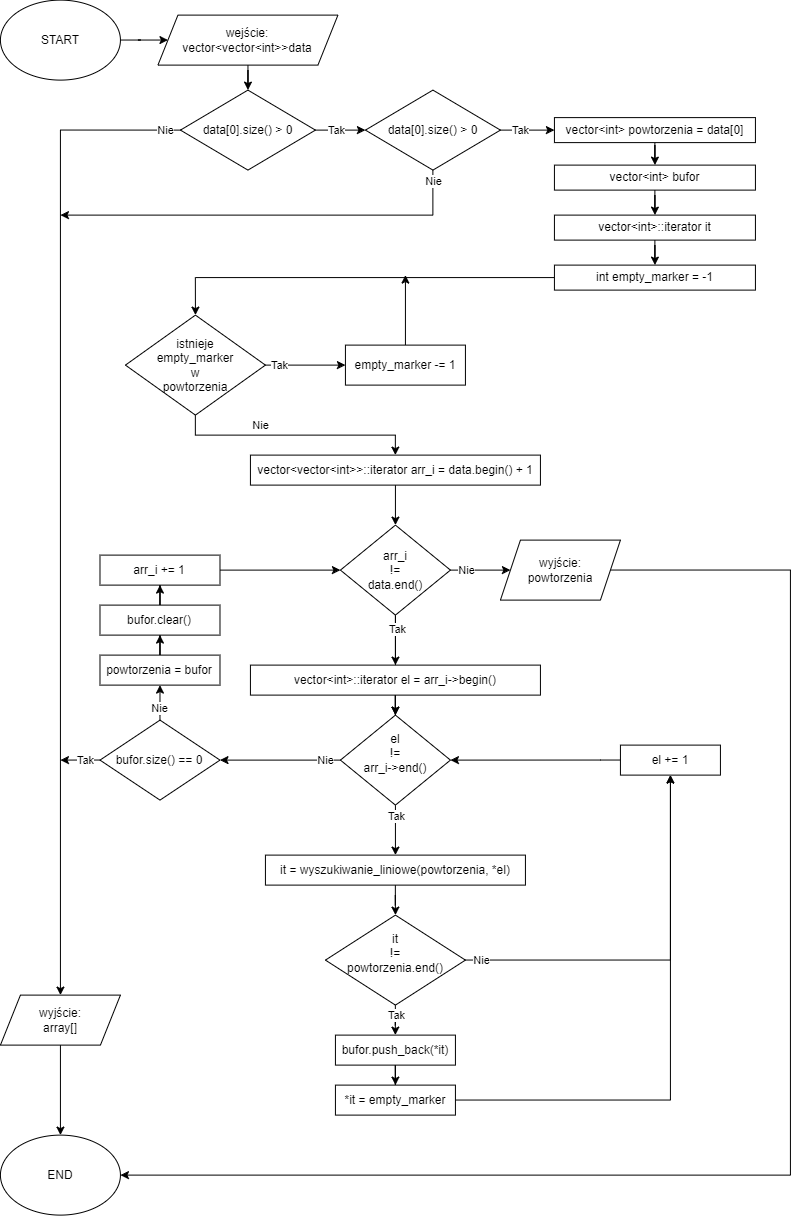
Earlier version of the draw.io export flowcharts/schemat 1.png (ReijiY/AiSD-Pro1). Source tidied: cells renumbered, new cells last; positions are measured from the earlier drawing's top-left corner, leaving out a move shared by most shapes.
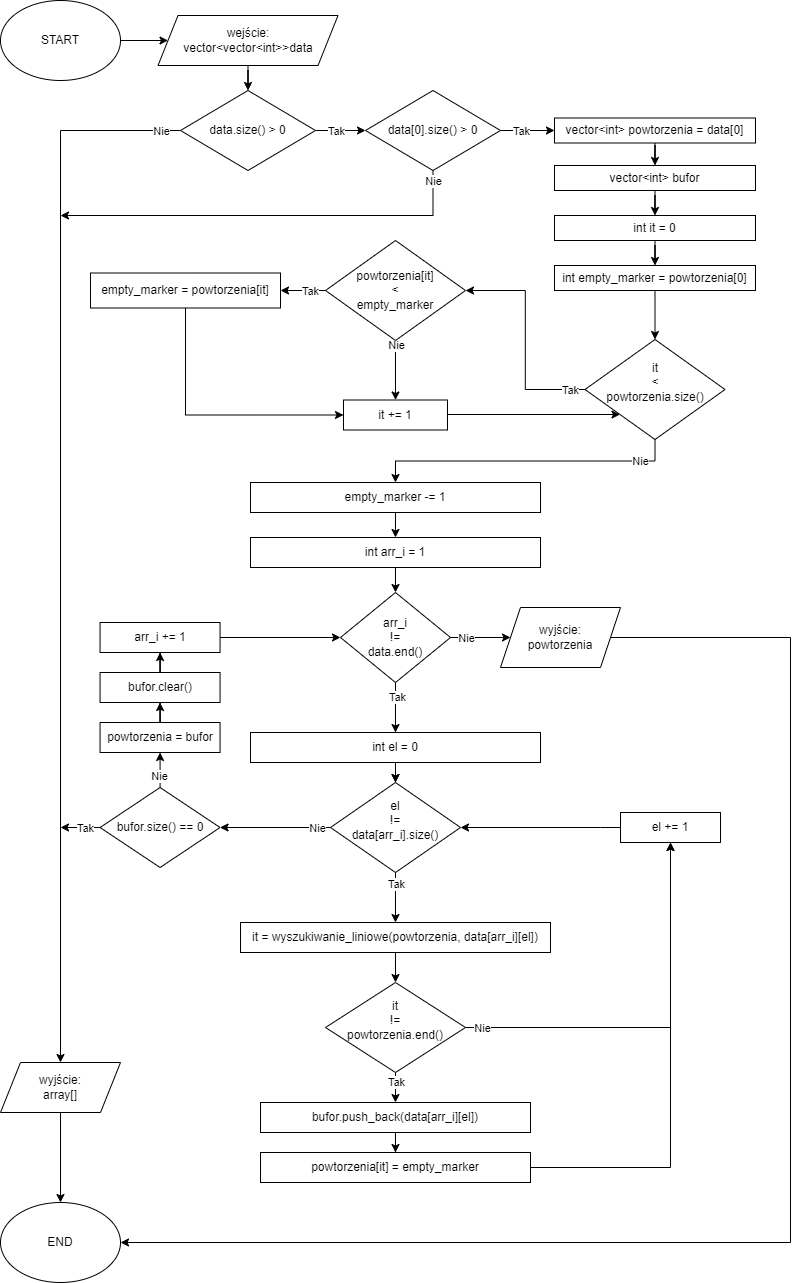
The same file after the commit.

Diff of the diagram source:
```diff
@@ -9,7 +9,7 @@
       <mxGeometry width="120" height="80" as="geometry" />
     </mxCell>
     <mxCell id="4" value="END" style="ellipse;whiteSpace=wrap;html=1;" parent="1" vertex="1">
-      <mxGeometry y="1135" width="120" height="80" as="geometry" />
+      <mxGeometry y="1202" width="120" height="80" as="geometry" />
     </mxCell>
     <mxCell id="5" style="edgeStyle=orthogonalEdgeStyle;rounded=0;jettySize=auto;html=1;entryX=0.5;entryY=0;entryDx=0;entryDy=0;" parent="1" edge="1" source="6" target="74">
       <mxGeometry relative="1" as="geometry" />
@@ -37,40 +37,47 @@
       <mxGeometry relative="1" as="geometry" />
     </mxCell>
     <mxCell id="12" value="wyjście:&lt;br&gt;array[]" style="shape=parallelogram;perimeter=parallelogramPerimeter;whiteSpace=wrap;html=1;fixedSize=1;" parent="1" vertex="1">
-      <mxGeometry y="995" width="120" height="50" as="geometry" />
+      <mxGeometry y="1062" width="120" height="50" as="geometry" />
     </mxCell>
-    <mxCell id="13" style="edgeStyle=orthogonalEdgeStyle;rounded=0;jettySize=auto;html=1;entryX=0;entryY=0.5;entryDx=0;entryDy=0;" parent="1" edge="1" source="17" target="19">
+    <mxCell id="13" style="edgeStyle=orthogonalEdgeStyle;rounded=0;jettySize=auto;html=1;exitX=0;exitY=0.5;exitDx=0;exitDy=0;entryX=1;entryY=0.5;entryDx=0;entryDy=0;" parent="1" edge="1" source="17" target="19">
       <mxGeometry relative="1" as="geometry" />
     </mxCell>
-    <mxCell id="14" value="Tak" style="edgeLabel;html=1;align=center;verticalAlign=middle;" parent="13" vertex="1">
-      <mxGeometry x="-0.47" y="2" relative="1" as="geometry">
-        <mxPoint x="-8" y="2" as="offset" />
-      </mxGeometry>
-    </mxCell>
-    <mxCell id="15" style="edgeStyle=orthogonalEdgeStyle;rounded=0;jettySize=auto;html=1;" parent="1" edge="1" source="17" target="21">
-      <mxGeometry relative="1" as="geometry" />
-    </mxCell>
-    <mxCell id="16" value="Nie" style="edgeLabel;html=1;align=center;verticalAlign=middle;" parent="15" vertex="1">
-      <mxGeometry x="-0.47" relative="1" as="geometry">
-        <mxPoint x="21" y="-10" as="offset" />
-      </mxGeometry>
-    </mxCell>
+    <mxCell id="75" value="Tak" style="edgeLabel;html=1;align=center;verticalAlign=middle;" parent="13" vertex="1">
+      <mxGeometry x="-0.74" y="-1" relative="1" as="geometry">
+        <mxPoint x="-10" y="1" as="offset" />
+      </mxGeometry>
+    </mxCell>
+    <mxCell id="76" style="edgeStyle=orthogonalEdgeStyle;rounded=0;jettySize=auto;html=1;exitX=0.5;exitY=1;exitDx=0;exitDy=0;entryX=0.5;entryY=0;entryDx=0;entryDy=0;" parent="1" edge="1" source="17" target="88">
+      <mxGeometry relative="1" as="geometry">
+        <Array as="points">
+          <mxPoint x="395" y="395" />
+          <mxPoint x="395" y="395" />
+        </Array>
+      </mxGeometry>
+    </mxCell>
+    <mxCell id="77" value="Nie" style="edgeLabel;html=1;align=center;verticalAlign=middle;" parent="76" vertex="1">
+      <mxGeometry x="-0.44" relative="1" as="geometry">
+        <mxPoint y="-13" as="offset" />
+      </mxGeometry>
+    </mxCell>
-    <mxCell id="17" value="istnieje&lt;br&gt;empty_marker&lt;br&gt;w&lt;br&gt;powtorzenia" style="rhombus;whiteSpace=wrap;html=1;" parent="1" vertex="1">
-      <mxGeometry x="125" y="315" width="140" height="100" as="geometry" />
+    <mxCell id="17" value="powtorzenia[it]&lt;br&gt;&amp;lt;&lt;br&gt;empty_marker" style="rhombus;whiteSpace=wrap;html=1;" parent="1" vertex="1">
+      <mxGeometry x="325" y="240" width="140" height="100" as="geometry" />
     </mxCell>
-    <mxCell id="18" style="edgeStyle=orthogonalEdgeStyle;rounded=0;jettySize=auto;html=1;" parent="1" edge="1" source="19">
-      <mxGeometry relative="1" as="geometry">
-        <mxPoint x="405" y="275" as="targetPoint" />
-      </mxGeometry>
-    </mxCell>
+    <mxCell id="78" style="edgeStyle=orthogonalEdgeStyle;rounded=0;jettySize=auto;html=1;entryX=0;entryY=0.5;entryDx=0;entryDy=0;" parent="1" edge="1" source="19" target="88">
+      <mxGeometry relative="1" as="geometry">
+        <Array as="points">
+          <mxPoint x="185" y="414" />
+        </Array>
+      </mxGeometry>
+    </mxCell>
-    <mxCell id="19" value="empty_marker -= 1" style="rounded=0;whiteSpace=wrap;html=1;" parent="1" vertex="1">
-      <mxGeometry x="345" y="345" width="120" height="40" as="geometry" />
+    <mxCell id="19" value="empty_marker = powtorzenia[it]" style="rounded=0;whiteSpace=wrap;html=1;" parent="1" vertex="1">
+      <mxGeometry x="90" y="272.5" width="190" height="35" as="geometry" />
     </mxCell>
     <mxCell id="20" style="edgeStyle=orthogonalEdgeStyle;rounded=0;jettySize=auto;html=1;" parent="1" edge="1" source="21" target="27">
       <mxGeometry relative="1" as="geometry" />
     </mxCell>
-    <mxCell id="21" value="vector&amp;lt;vector&amp;lt;int&amp;gt;&amp;gt;::iterator arr_i = data.begin() + 1" style="rounded=0;whiteSpace=wrap;html=1;" parent="1" vertex="1">
-      <mxGeometry x="250" y="455" width="290" height="30" as="geometry" />
+    <mxCell id="21" value="int arr_i = 1" style="rounded=0;whiteSpace=wrap;html=1;" parent="1" vertex="1">
+      <mxGeometry x="250" y="537" width="290" height="30" as="geometry" />
     </mxCell>
     <mxCell id="22" style="edgeStyle=orthogonalEdgeStyle;rounded=0;jettySize=auto;html=1;" parent="1" edge="1" source="27" target="31">
       <mxGeometry relative="1" as="geometry" />
@@ -90,19 +97,19 @@
       </mxGeometry>
     </mxCell>
     <mxCell id="27" value="arr_i&lt;br&gt;!=&lt;br&gt;data.end()" style="rhombus;whiteSpace=wrap;html=1;" parent="1" vertex="1">
-      <mxGeometry x="340" y="525" width="110" height="90" as="geometry" />
+      <mxGeometry x="340" y="592" width="110" height="90" as="geometry" />
     </mxCell>
     <mxCell id="28" style="edgeStyle=orthogonalEdgeStyle;rounded=0;jettySize=auto;html=1;entryX=0;entryY=0.5;entryDx=0;entryDy=0;" parent="1" edge="1" source="29" target="27">
       <mxGeometry relative="1" as="geometry" />
     </mxCell>
     <mxCell id="29" value="arr_i += 1" style="rounded=0;whiteSpace=wrap;html=1;" parent="1" vertex="1">
-      <mxGeometry x="99.6" y="555" width="120" height="30" as="geometry" />
+      <mxGeometry x="99.6" y="622" width="120" height="30" as="geometry" />
     </mxCell>
     <mxCell id="30" style="edgeStyle=orthogonalEdgeStyle;rounded=0;jettySize=auto;html=1;" parent="1" edge="1" source="31" target="36">
       <mxGeometry relative="1" as="geometry" />
     </mxCell>
-    <mxCell id="31" value="&amp;nbsp;vector&amp;lt;int&amp;gt;::iterator el = arr_i-&amp;gt;begin()&amp;nbsp;" style="rounded=0;whiteSpace=wrap;html=1;" parent="1" vertex="1">
-      <mxGeometry x="250" y="665" width="290" height="30" as="geometry" />
+    <mxCell id="31" value="&amp;nbsp;int el = 0&amp;nbsp;" style="rounded=0;whiteSpace=wrap;html=1;" parent="1" vertex="1">
+      <mxGeometry x="250" y="732" width="290" height="30" as="geometry" />
     </mxCell>
     <mxCell id="32" style="edgeStyle=orthogonalEdgeStyle;rounded=0;jettySize=auto;html=1;entryX=0.5;entryY=0;entryDx=0;entryDy=0;" parent="1" edge="1" source="36" target="40">
       <mxGeometry relative="1" as="geometry" />
@@ -120,25 +127,25 @@
         <mxPoint x="-3" y="-4" as="offset" />
       </mxGeometry>
     </mxCell>
-    <mxCell id="36" value="el&lt;br&gt;!=&lt;br&gt;arr_i-&amp;gt;end()&lt;br&gt;&amp;nbsp; &amp;nbsp;" style="rhombus;whiteSpace=wrap;html=1;" parent="1" vertex="1">
-      <mxGeometry x="340" y="715" width="110" height="90" as="geometry" />
+    <mxCell id="36" value="el&lt;br&gt;!=&lt;br&gt;data[arr_i].size()&lt;br&gt;&amp;nbsp; &amp;nbsp;" style="rhombus;whiteSpace=wrap;html=1;" parent="1" vertex="1">
+      <mxGeometry x="330" y="782" width="130" height="90" as="geometry" />
     </mxCell>
     <mxCell id="37" style="edgeStyle=orthogonalEdgeStyle;rounded=0;jettySize=auto;html=1;entryX=1;entryY=0.5;entryDx=0;entryDy=0;" parent="1" edge="1" source="38" target="36">
       <mxGeometry relative="1" as="geometry">
         <Array as="points">
-          <mxPoint x="600" y="760" />
-          <mxPoint x="600" y="760" />
+          <mxPoint x="600" y="827" />
+          <mxPoint x="600" y="827" />
         </Array>
       </mxGeometry>
     </mxCell>
     <mxCell id="38" value="el += 1" style="rounded=0;whiteSpace=wrap;html=1;" parent="1" vertex="1">
-      <mxGeometry x="620" y="745" width="100" height="30" as="geometry" />
+      <mxGeometry x="620" y="812" width="100" height="30" as="geometry" />
     </mxCell>
     <mxCell id="39" style="edgeStyle=orthogonalEdgeStyle;rounded=0;jettySize=auto;html=1;entryX=0.5;entryY=0;entryDx=0;entryDy=0;" parent="1" edge="1" source="40" target="45">
       <mxGeometry relative="1" as="geometry" />
     </mxCell>
-    <mxCell id="40" value="it = wyszukiwanie_liniowe(powtorzenia, *el)" style="rounded=0;whiteSpace=wrap;html=1;" parent="1" vertex="1">
-      <mxGeometry x="265" y="855" width="260" height="30" as="geometry" />
+    <mxCell id="40" value="it = wyszukiwanie_liniowe(powtorzenia, data[arr_i][el])" style="rounded=0;whiteSpace=wrap;html=1;" parent="1" vertex="1">
+      <mxGeometry x="240" y="922" width="310" height="30" as="geometry" />
     </mxCell>
     <mxCell id="41" style="edgeStyle=orthogonalEdgeStyle;rounded=0;jettySize=auto;html=1;entryX=0.5;entryY=1;entryDx=0;entryDy=0;" parent="1" edge="1" source="45" target="38">
       <mxGeometry relative="1" as="geometry" />
@@ -155,25 +162,25 @@
       </mxGeometry>
     </mxCell>
     <mxCell id="45" value="it&lt;br&gt;!=&lt;br&gt;powtorzenia.end()&lt;br&gt;&amp;nbsp; &amp;nbsp;&amp;nbsp;" style="rhombus;whiteSpace=wrap;html=1;" parent="1" vertex="1">
-      <mxGeometry x="325" y="915" width="140" height="90" as="geometry" />
+      <mxGeometry x="325" y="982" width="140" height="90" as="geometry" />
     </mxCell>
     <mxCell id="46" style="edgeStyle=orthogonalEdgeStyle;rounded=0;jettySize=auto;html=1;entryX=0.5;entryY=0;entryDx=0;entryDy=0;" parent="1" edge="1" source="47" target="49">
       <mxGeometry relative="1" as="geometry" />
     </mxCell>
-    <mxCell id="47" value="bufor.push_back(*it)" style="rounded=0;whiteSpace=wrap;html=1;" parent="1" vertex="1">
-      <mxGeometry x="335" y="1035" width="120" height="30" as="geometry" />
+    <mxCell id="47" value="bufor.push_back(data[arr_i][el])" style="rounded=0;whiteSpace=wrap;html=1;" parent="1" vertex="1">
+      <mxGeometry x="260" y="1102" width="270" height="30" as="geometry" />
     </mxCell>
     <mxCell id="48" style="edgeStyle=orthogonalEdgeStyle;rounded=0;jettySize=auto;html=1;entryX=0.5;entryY=1;entryDx=0;entryDy=0;" parent="1" edge="1" source="49" target="38">
       <mxGeometry relative="1" as="geometry" />
     </mxCell>
-    <mxCell id="49" value="*it = empty_marker" style="rounded=0;whiteSpace=wrap;html=1;" parent="1" vertex="1">
-      <mxGeometry x="335" y="1085" width="120" height="30" as="geometry" />
+    <mxCell id="49" value="powtorzenia[it] = empty_marker" style="rounded=0;whiteSpace=wrap;html=1;" parent="1" vertex="1">
+      <mxGeometry x="260" y="1152" width="270" height="30" as="geometry" />
     </mxCell>
     <mxCell id="50" style="edgeStyle=orthogonalEdgeStyle;rounded=0;jettySize=auto;html=1;entryX=0.5;entryY=1;entryDx=0;entryDy=0;exitX=0.5;exitY=0;exitDx=0;exitDy=0;" parent="1" edge="1" source="54" target="56">
       <mxGeometry relative="1" as="geometry">
         <Array as="points">
-          <mxPoint x="159.6" y="715" />
-          <mxPoint x="159.6" y="715" />
+          <mxPoint x="159.6" y="782" />
+          <mxPoint x="159.6" y="782" />
         </Array>
       </mxGeometry>
     </mxCell>
@@ -182,37 +189,37 @@
     </mxCell>
     <mxCell id="52" style="edgeStyle=orthogonalEdgeStyle;rounded=0;jettySize=auto;html=1;" parent="1" edge="1" source="54">
       <mxGeometry relative="1" as="geometry">
-        <mxPoint x="60" y="760" as="targetPoint" />
+        <mxPoint x="60" y="827" as="targetPoint" />
       </mxGeometry>
     </mxCell>
     <mxCell id="53" value="Tak" style="edgeLabel;html=1;align=center;verticalAlign=middle;" parent="52" vertex="1">
       <mxGeometry x="-0.28" relative="1" as="geometry" />
     </mxCell>
     <mxCell id="54" value="bufor.size() == 0" style="rhombus;whiteSpace=wrap;html=1;" parent="1" vertex="1">
-      <mxGeometry x="99.6" y="720" width="120" height="80" as="geometry" />
+      <mxGeometry x="99.6" y="787" width="120" height="80" as="geometry" />
     </mxCell>
     <mxCell id="55" style="edgeStyle=orthogonalEdgeStyle;rounded=0;jettySize=auto;html=1;entryX=0.5;entryY=1;entryDx=0;entryDy=0;" parent="1" edge="1" source="56" target="58">
       <mxGeometry relative="1" as="geometry" />
     </mxCell>
     <mxCell id="56" value="powtorzenia = bufor" style="rounded=0;whiteSpace=wrap;html=1;" parent="1" vertex="1">
-      <mxGeometry x="99.6" y="655" width="120" height="30" as="geometry" />
+      <mxGeometry x="99.6" y="722" width="120" height="30" as="geometry" />
     </mxCell>
     <mxCell id="57" style="edgeStyle=orthogonalEdgeStyle;rounded=0;jettySize=auto;html=1;entryX=0.5;entryY=1;entryDx=0;entryDy=0;" parent="1" edge="1" source="58" target="29">
       <mxGeometry relative="1" as="geometry" />
     </mxCell>
     <mxCell id="58" value="bufor.clear()" style="rounded=0;whiteSpace=wrap;html=1;" parent="1" vertex="1">
-      <mxGeometry x="99.6" y="605" width="120" height="30" as="geometry" />
+      <mxGeometry x="99.6" y="672" width="120" height="30" as="geometry" />
     </mxCell>
     <mxCell id="59" style="edgeStyle=orthogonalEdgeStyle;rounded=0;jettySize=auto;html=1;entryX=1;entryY=0.5;entryDx=0;entryDy=0;" parent="1" edge="1" source="60" target="4">
       <mxGeometry relative="1" as="geometry">
         <Array as="points">
-          <mxPoint x="790" y="570" />
-          <mxPoint x="790" y="1175" />
+          <mxPoint x="790" y="637" />
+          <mxPoint x="790" y="1242" />
         </Array>
       </mxGeometry>
     </mxCell>
     <mxCell id="60" value="wyjście:&lt;br&gt;powtorzenia" style="shape=parallelogram;perimeter=parallelogramPerimeter;whiteSpace=wrap;html=1;fixedSize=1;" parent="1" vertex="1">
-      <mxGeometry x="500" y="540" width="120" height="60" as="geometry" />
+      <mxGeometry x="500" y="607" width="120" height="60" as="geometry" />
     </mxCell>
     <mxCell id="61" style="edgeStyle=orthogonalEdgeStyle;rounded=0;jettySize=auto;html=1;entryX=0.5;entryY=0;entryDx=0;entryDy=0;" parent="1" edge="1" source="62" target="64">
       <mxGeometry relative="1" as="geometry" />
@@ -229,13 +236,13 @@
     <mxCell id="65" style="edgeStyle=orthogonalEdgeStyle;rounded=0;jettySize=auto;html=1;entryX=0.5;entryY=0;entryDx=0;entryDy=0;" parent="1" edge="1" source="66" target="68">
       <mxGeometry relative="1" as="geometry" />
     </mxCell>
-    <mxCell id="66" value="vector&amp;lt;int&amp;gt;::iterator it" style="rounded=0;whiteSpace=wrap;html=1;" parent="1" vertex="1">
+    <mxCell id="66" value="int it = 0" style="rounded=0;whiteSpace=wrap;html=1;" parent="1" vertex="1">
       <mxGeometry x="554" y="215" width="201" height="25" as="geometry" />
     </mxCell>
-    <mxCell id="67" style="edgeStyle=orthogonalEdgeStyle;rounded=0;jettySize=auto;html=1;entryX=0.5;entryY=0;entryDx=0;entryDy=0;" parent="1" edge="1" source="68" target="17">
-      <mxGeometry relative="1" as="geometry" />
-    </mxCell>
+    <mxCell id="79" style="edgeStyle=orthogonalEdgeStyle;rounded=0;jettySize=auto;html=1;exitX=0.5;exitY=1;exitDx=0;exitDy=0;entryX=0.5;entryY=0;entryDx=0;entryDy=0;" parent="1" edge="1" source="68" target="86">
+      <mxGeometry relative="1" as="geometry" />
+    </mxCell>
-    <mxCell id="68" value="int empty_marker = -1" style="rounded=0;whiteSpace=wrap;html=1;" parent="1" vertex="1">
+    <mxCell id="68" value="int empty_marker = powtorzenia[0]" style="rounded=0;whiteSpace=wrap;html=1;" parent="1" vertex="1">
       <mxGeometry x="554" y="265" width="201" height="25" as="geometry" />
     </mxCell>
     <mxCell id="69" style="edgeStyle=orthogonalEdgeStyle;rounded=0;jettySize=auto;html=1;entryX=0;entryY=0.5;entryDx=0;entryDy=0;" parent="1" edge="1" source="73" target="62">
@@ -260,8 +267,41 @@
     <mxCell id="73" value="data[0].size() &amp;gt; 0" style="rhombus;whiteSpace=wrap;html=1;" parent="1" vertex="1">
       <mxGeometry x="365" y="90" width="135" height="80" as="geometry" />
     </mxCell>
-    <mxCell id="74" value="data[0].size() &amp;gt; 0" style="rhombus;whiteSpace=wrap;html=1;" parent="1" vertex="1">
+    <mxCell id="74" value="data.size() &amp;gt; 0" style="rhombus;whiteSpace=wrap;html=1;" parent="1" vertex="1">
       <mxGeometry x="180" y="90" width="135" height="80" as="geometry" />
     </mxCell>
+    <mxCell id="80" style="edgeStyle=orthogonalEdgeStyle;rounded=0;jettySize=auto;html=1;exitX=0.5;exitY=1;exitDx=0;exitDy=0;entryX=0.5;entryY=0;entryDx=0;entryDy=0;" parent="1" edge="1" source="81" target="21">
+      <mxGeometry relative="1" as="geometry" />
+    </mxCell>
+    <mxCell id="81" value="empty_marker -= 1" style="rounded=0;whiteSpace=wrap;html=1;" parent="1" vertex="1">
+      <mxGeometry x="250" y="482" width="290" height="30" as="geometry" />
+    </mxCell>
+    <mxCell id="82" style="edgeStyle=orthogonalEdgeStyle;rounded=0;jettySize=auto;html=1;exitX=0;exitY=0.5;exitDx=0;exitDy=0;entryX=1;entryY=0.5;entryDx=0;entryDy=0;" parent="1" edge="1" source="86" target="17">
+      <mxGeometry relative="1" as="geometry" />
+    </mxCell>
+    <mxCell id="83" value="Tak" style="edgeLabel;html=1;align=center;verticalAlign=middle;" parent="82" vertex="1">
+      <mxGeometry x="-0.72" y="1" relative="1" as="geometry">
+        <mxPoint x="16" y="-1" as="offset" />
+      </mxGeometry>
+    </mxCell>
+    <mxCell id="84" style="edgeStyle=orthogonalEdgeStyle;rounded=0;jettySize=auto;html=1;exitX=0.5;exitY=1;exitDx=0;exitDy=0;entryX=0.5;entryY=0;entryDx=0;entryDy=0;" parent="1" edge="1" source="86" target="81">
+      <mxGeometry relative="1" as="geometry" />
+    </mxCell>
+    <mxCell id="85" value="Nie" style="edgeLabel;html=1;align=center;verticalAlign=middle;" parent="84" vertex="1">
+      <mxGeometry x="-0.76" relative="1" as="geometry" />
+    </mxCell>
+    <mxCell id="86" value="it&lt;br&gt;&amp;lt;&lt;br&gt;powtorzenia.size()&lt;br&gt;&amp;nbsp;" style="rhombus;whiteSpace=wrap;html=1;" parent="1" vertex="1">
+      <mxGeometry x="584.5" y="339" width="140" height="100" as="geometry" />
+    </mxCell>
+    <mxCell id="87" style="edgeStyle=orthogonalEdgeStyle;rounded=0;jettySize=auto;html=1;exitX=1;exitY=0.5;exitDx=0;exitDy=0;entryX=0;entryY=1;entryDx=0;entryDy=0;" parent="1" edge="1" source="88" target="86">
+      <mxGeometry relative="1" as="geometry">
+        <Array as="points">
+          <mxPoint x="619" y="415" />
+        </Array>
+      </mxGeometry>
+    </mxCell>
+    <mxCell id="88" value="it += 1" style="rounded=0;whiteSpace=wrap;html=1;" parent="1" vertex="1">
+      <mxGeometry x="343" y="399.5" width="104" height="30" as="geometry" />
+    </mxCell>
   </root>
 </mxGraphModel>
```
